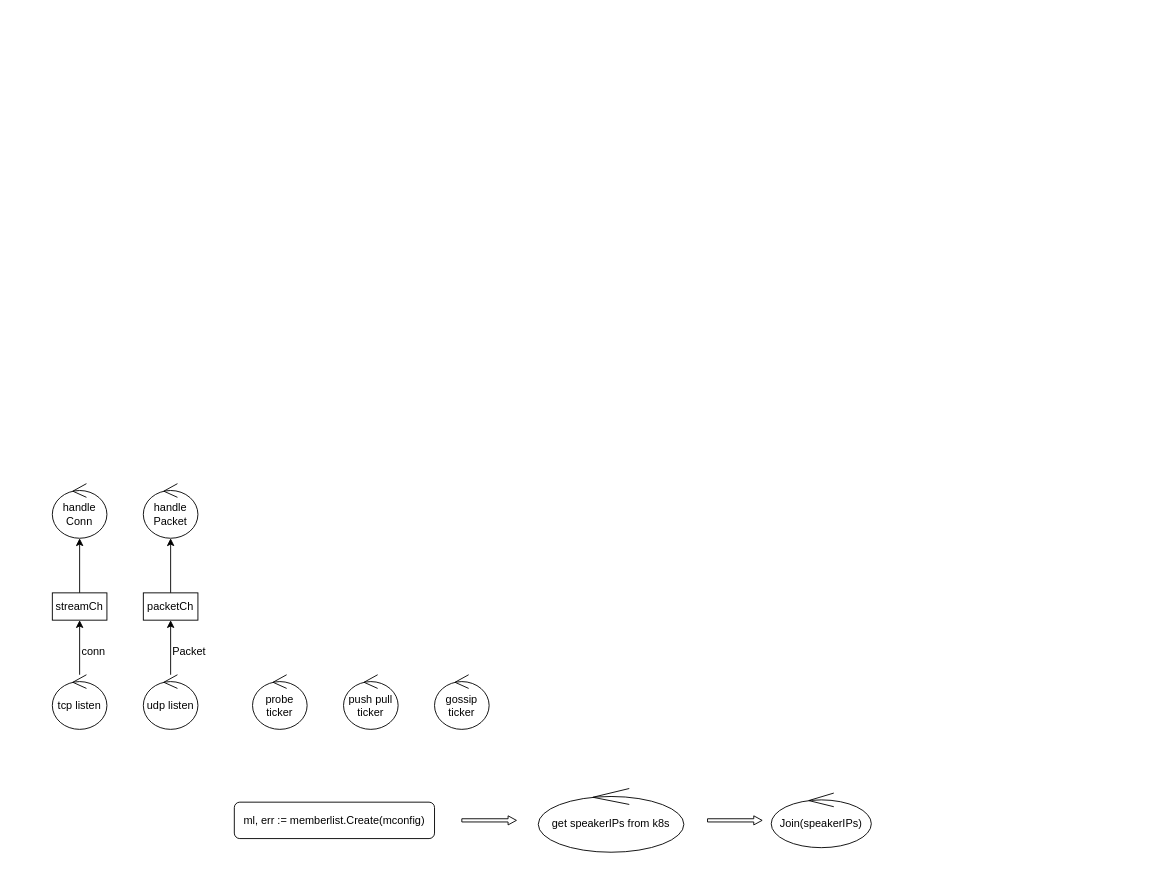
Before: memberlist.drawio in Richard-Joe/draw-io, a draw.io diagram. Source tidied: cells renumbered, new cells numbered last; positions are measured from the earlier drawing's top-left corner, leaving out a move shared by most shapes. Both pictures are drawn from the tidied source at 91%, with x=0, y=0 at pixel (52, 483).
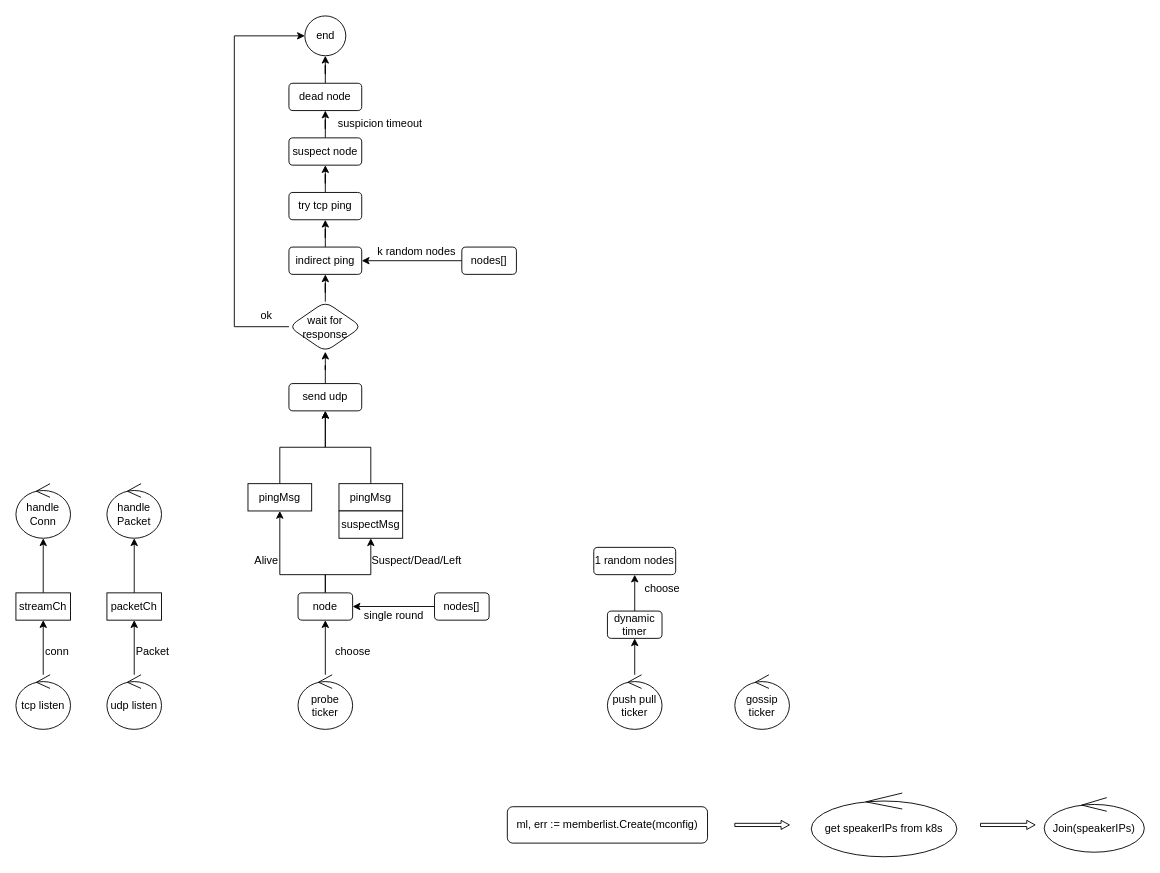
The same page after the edit.

Diff of the diagram source:
```diff
@@
     <mxCell id="2" value="ml, err := memberlist.Create(mconfig)" style="rounded=1;whiteSpace=wrap;html=1;" parent="1" vertex="1">
-      <mxGeometry x="200" y="350" width="220" height="40" as="geometry" />
+      <mxGeometry x="500" y="355" width="220" height="40" as="geometry" />
     </mxCell>
     <mxCell id="3" value="get speakerIPs from k8s" style="ellipse;shape=umlControl;whiteSpace=wrap;html=1;" parent="1" vertex="1">
-      <mxGeometry x="534" y="335" width="160" height="70" as="geometry" />
+      <mxGeometry x="834" y="340" width="160" height="70" as="geometry" />
     </mxCell>
     <mxCell id="4" value="Join(speakerIPs)" style="ellipse;shape=umlControl;whiteSpace=wrap;html=1;" parent="1" vertex="1">
-      <mxGeometry x="790" y="340" width="110" height="60" as="geometry" />
+      <mxGeometry x="1090" y="345" width="110" height="60" as="geometry" />
     </mxCell>
     <mxCell id="5" style="shape=singleArrow;whiteSpace=wrap;html=1;arrowWidth=0.3517241379310292;arrowSize=0.1528735632183886;" parent="1" vertex="1">
-      <mxGeometry x="450" y="365" width="60" height="10" as="geometry" />
+      <mxGeometry x="750" y="370" width="60" height="10" as="geometry" />
     </mxCell>
     <mxCell id="6" style="shape=singleArrow;whiteSpace=wrap;html=1;arrowWidth=0.3517241379310292;arrowSize=0.1528735632183886;" parent="1" vertex="1">
-      <mxGeometry x="720" y="365" width="60" height="10" as="geometry" />
+      <mxGeometry x="1020" y="370" width="60" height="10" as="geometry" />
     </mxCell>
@@
     <mxCell id="8" value="tcp listen" style="ellipse;shape=umlControl;whiteSpace=wrap;html=1;" parent="1" vertex="1">
-      <mxGeometry y="210" width="60" height="60" as="geometry" />
+      <mxGeometry x="-40" y="210" width="60" height="60" as="geometry" />
     </mxCell>
@@
     <mxCell id="10" value="udp listen" style="ellipse;shape=umlControl;whiteSpace=wrap;html=1;" parent="1" vertex="1">
-      <mxGeometry x="100" y="210" width="60" height="60" as="geometry" />
+      <mxGeometry x="60" y="210" width="60" height="60" as="geometry" />
     </mxCell>
@@
     <mxCell id="12" value="streamCh" style="whiteSpace=wrap;html=1;" parent="1" vertex="1">
-      <mxGeometry y="120" width="60" height="30" as="geometry" />
+      <mxGeometry x="-40" y="120" width="60" height="30" as="geometry" />
     </mxCell>
@@
     <mxCell id="14" value="packetCh" style="whiteSpace=wrap;html=1;" parent="1" vertex="1">
-      <mxGeometry x="100" y="120" width="60" height="30" as="geometry" />
+      <mxGeometry x="60" y="120" width="60" height="30" as="geometry" />
     </mxCell>
     <mxCell id="15" value="conn" style="text;html=1;align=center;verticalAlign=middle;strokeColor=none;fillColor=none;" parent="1" vertex="1">
-      <mxGeometry x="20" y="170" width="50" height="30" as="geometry" />
+      <mxGeometry x="-20" y="170" width="50" height="30" as="geometry" />
     </mxCell>
     <mxCell id="16" value="Packet" style="text;html=1;align=center;verticalAlign=middle;strokeColor=none;fillColor=none;" parent="1" vertex="1">
-      <mxGeometry x="120" y="170" width="60" height="30" as="geometry" />
+      <mxGeometry x="80" y="170" width="60" height="30" as="geometry" />
     </mxCell>
     <mxCell id="17" value="handle Packet" style="ellipse;shape=umlControl;whiteSpace=wrap;html=1;" parent="1" vertex="1">
-      <mxGeometry x="100" width="60" height="60" as="geometry" />
+      <mxGeometry x="60" width="60" height="60" as="geometry" />
     </mxCell>
     <mxCell id="18" value="handle Conn" style="ellipse;shape=umlControl;whiteSpace=wrap;html=1;" parent="1" vertex="1">
-      <mxGeometry width="60" height="60" as="geometry" />
+      <mxGeometry x="-40" width="60" height="60" as="geometry" />
     </mxCell>
+    <mxCell id="22" style="edgeStyle=orthogonalEdgeStyle;rounded=0;jettySize=auto;html=1;" parent="1" edge="1" source="19" target="35">
+      <mxGeometry relative="1" as="geometry" />
+    </mxCell>
     <mxCell id="19" value="probe ticker" style="ellipse;shape=umlControl;whiteSpace=wrap;html=1;" parent="1" vertex="1">
-      <mxGeometry x="220" y="210" width="60" height="60" as="geometry" />
+      <mxGeometry x="270" y="210" width="60" height="60" as="geometry" />
     </mxCell>
+    <mxCell id="23" style="edgeStyle=orthogonalEdgeStyle;rounded=0;jettySize=auto;html=1;" parent="1" edge="1" source="20" target="53">
+      <mxGeometry relative="1" as="geometry" />
+    </mxCell>
     <mxCell id="20" value="push pull ticker" style="ellipse;shape=umlControl;whiteSpace=wrap;html=1;" parent="1" vertex="1">
-      <mxGeometry x="320" y="210" width="60" height="60" as="geometry" />
+      <mxGeometry x="610" y="210" width="60" height="60" as="geometry" />
     </mxCell>
     <mxCell id="21" value="gossip&lt;br&gt;ticker" style="ellipse;shape=umlControl;whiteSpace=wrap;html=1;" parent="1" vertex="1">
-      <mxGeometry x="420" y="210" width="60" height="60" as="geometry" />
+      <mxGeometry x="750" y="210" width="60" height="60" as="geometry" />
     </mxCell>
+    <mxCell id="24" style="edgeStyle=orthogonalEdgeStyle;rounded=0;jettySize=auto;html=1;" parent="1" edge="1" source="25" target="30">
+      <mxGeometry relative="1" as="geometry" />
+    </mxCell>
+    <mxCell id="25" value="pingMsg" style="whiteSpace=wrap;html=1;" parent="1" vertex="1">
+      <mxGeometry x="215" width="70" height="30" as="geometry" />
+    </mxCell>
+    <mxCell id="26" style="edgeStyle=orthogonalEdgeStyle;rounded=0;jettySize=auto;html=1;" parent="1" edge="1" source="27" target="30">
+      <mxGeometry relative="1" as="geometry" />
+    </mxCell>
+    <mxCell id="27" value="pingMsg" style="whiteSpace=wrap;html=1;" parent="1" vertex="1">
+      <mxGeometry x="315" width="70" height="30" as="geometry" />
+    </mxCell>
+    <mxCell id="28" value="suspectMsg" style="whiteSpace=wrap;html=1;" parent="1" vertex="1">
+      <mxGeometry x="315" y="30" width="70" height="30" as="geometry" />
+    </mxCell>
+    <mxCell id="29" style="edgeStyle=orthogonalEdgeStyle;rounded=0;jettySize=auto;html=1;" parent="1" edge="1" source="30" target="42">
+      <mxGeometry relative="1" as="geometry" />
+    </mxCell>
+    <mxCell id="30" value="send udp" style="rounded=1;whiteSpace=wrap;html=1;" parent="1" vertex="1">
+      <mxGeometry x="260" y="-110" width="80" height="30" as="geometry" />
+    </mxCell>
+    <mxCell id="31" style="edgeStyle=orthogonalEdgeStyle;rounded=0;jettySize=auto;html=1;" parent="1" edge="1" source="32" target="35">
+      <mxGeometry relative="1" as="geometry" />
+    </mxCell>
+    <mxCell id="32" value="nodes[]" style="rounded=1;whiteSpace=wrap;html=1;" parent="1" vertex="1">
+      <mxGeometry x="420" y="120" width="60" height="30" as="geometry" />
+    </mxCell>
+    <mxCell id="33" style="edgeStyle=orthogonalEdgeStyle;rounded=0;jettySize=auto;html=1;entryX=0.5;entryY=1;entryDx=0;entryDy=0;" parent="1" edge="1" source="35" target="25">
+      <mxGeometry relative="1" as="geometry">
+        <Array as="points">
+          <mxPoint x="300" y="100" />
+          <mxPoint x="250" y="100" />
+        </Array>
+      </mxGeometry>
+    </mxCell>
+    <mxCell id="34" style="edgeStyle=orthogonalEdgeStyle;rounded=0;jettySize=auto;html=1;entryX=0.5;entryY=1;entryDx=0;entryDy=0;" parent="1" edge="1" source="35" target="28">
+      <mxGeometry relative="1" as="geometry">
+        <Array as="points">
+          <mxPoint x="300" y="100" />
+          <mxPoint x="350" y="100" />
+        </Array>
+      </mxGeometry>
+    </mxCell>
+    <mxCell id="35" value="node" style="rounded=1;whiteSpace=wrap;html=1;" parent="1" vertex="1">
+      <mxGeometry x="270" y="120" width="60" height="30" as="geometry" />
+    </mxCell>
+    <mxCell id="36" value="choose" style="text;html=1;align=center;verticalAlign=middle;strokeColor=none;fillColor=none;" parent="1" vertex="1">
+      <mxGeometry x="300" y="170" width="60" height="30" as="geometry" />
+    </mxCell>
+    <mxCell id="37" value="single round" style="text;html=1;align=center;verticalAlign=middle;strokeColor=none;fillColor=none;" parent="1" vertex="1">
+      <mxGeometry x="330" y="130" width="90" height="30" as="geometry" />
+    </mxCell>
+    <mxCell id="38" value="Alive" style="text;html=1;align=center;verticalAlign=middle;strokeColor=none;fillColor=none;" parent="1" vertex="1">
+      <mxGeometry x="210" y="70" width="50" height="30" as="geometry" />
+    </mxCell>
+    <mxCell id="39" value="Suspect/Dead/Left" style="text;html=1;align=center;verticalAlign=middle;strokeColor=none;fillColor=none;" parent="1" vertex="1">
+      <mxGeometry x="340" y="70" width="120" height="30" as="geometry" />
+    </mxCell>
+    <mxCell id="40" style="edgeStyle=orthogonalEdgeStyle;rounded=0;jettySize=auto;html=1;entryX=0;entryY=0.5;entryDx=0;entryDy=0;" parent="1" edge="1" source="42" target="43">
+      <mxGeometry relative="1" as="geometry">
+        <Array as="points">
+          <mxPoint x="200" y="-173" />
+          <mxPoint x="200" y="-492" />
+        </Array>
+      </mxGeometry>
+    </mxCell>
+    <mxCell id="41" style="edgeStyle=orthogonalEdgeStyle;rounded=0;jettySize=auto;html=1;" parent="1" edge="1" source="42" target="55">
+      <mxGeometry relative="1" as="geometry" />
+    </mxCell>
+    <mxCell id="42" value="wait for response" style="rhombus;whiteSpace=wrap;html=1;rounded=1;" parent="1" vertex="1">
+      <mxGeometry x="260" y="-200" width="80" height="55" as="geometry" />
+    </mxCell>
+    <mxCell id="43" value="end" style="ellipse;whiteSpace=wrap;html=1;rounded=1;" parent="1" vertex="1">
+      <mxGeometry x="277.5" y="-514" width="45" height="43.8" as="geometry" />
+    </mxCell>
+    <mxCell id="44" value="ok" style="text;html=1;align=center;verticalAlign=middle;strokeColor=none;fillColor=none;" parent="1" vertex="1">
+      <mxGeometry x="215" y="-200" width="40" height="30" as="geometry" />
+    </mxCell>
+    <mxCell id="45" style="edgeStyle=orthogonalEdgeStyle;rounded=0;jettySize=auto;html=1;" parent="1" edge="1" source="46" target="48">
+      <mxGeometry relative="1" as="geometry" />
+    </mxCell>
+    <mxCell id="46" value="try tcp ping" style="rounded=1;whiteSpace=wrap;html=1;" parent="1" vertex="1">
+      <mxGeometry x="260" y="-320" width="80" height="30" as="geometry" />
+    </mxCell>
+    <mxCell id="47" style="edgeStyle=orthogonalEdgeStyle;rounded=0;jettySize=auto;html=1;" parent="1" edge="1" source="48" target="50">
+      <mxGeometry relative="1" as="geometry" />
+    </mxCell>
+    <mxCell id="48" value="suspect node" style="rounded=1;whiteSpace=wrap;html=1;" parent="1" vertex="1">
+      <mxGeometry x="260" y="-380" width="80" height="30" as="geometry" />
+    </mxCell>
+    <mxCell id="49" style="edgeStyle=orthogonalEdgeStyle;rounded=0;jettySize=auto;html=1;" parent="1" edge="1" source="50" target="43">
+      <mxGeometry relative="1" as="geometry" />
+    </mxCell>
+    <mxCell id="50" value="dead node" style="rounded=1;whiteSpace=wrap;html=1;" parent="1" vertex="1">
+      <mxGeometry x="260" y="-440" width="80" height="30" as="geometry" />
+    </mxCell>
+    <mxCell id="51" value="suspicion timeout" style="text;html=1;align=center;verticalAlign=middle;strokeColor=none;fillColor=none;" parent="1" vertex="1">
+      <mxGeometry x="300" y="-410" width="120" height="30" as="geometry" />
+    </mxCell>
+    <mxCell id="52" style="edgeStyle=orthogonalEdgeStyle;rounded=0;jettySize=auto;html=1;" parent="1" edge="1" source="53" target="59">
+      <mxGeometry relative="1" as="geometry" />
+    </mxCell>
+    <mxCell id="53" value="dynamic timer" style="rounded=1;whiteSpace=wrap;html=1;" parent="1" vertex="1">
+      <mxGeometry x="610" y="140" width="60" height="30" as="geometry" />
+    </mxCell>
+    <mxCell id="54" style="edgeStyle=orthogonalEdgeStyle;rounded=0;jettySize=auto;html=1;" parent="1" edge="1" source="55" target="46">
+      <mxGeometry relative="1" as="geometry" />
+    </mxCell>
+    <mxCell id="55" value="indirect ping" style="rounded=1;whiteSpace=wrap;html=1;" parent="1" vertex="1">
+      <mxGeometry x="260" y="-260" width="80" height="30" as="geometry" />
+    </mxCell>
+    <mxCell id="56" style="edgeStyle=orthogonalEdgeStyle;rounded=0;jettySize=auto;html=1;" parent="1" edge="1" source="57" target="55">
+      <mxGeometry relative="1" as="geometry" />
+    </mxCell>
+    <mxCell id="57" value="nodes[]" style="rounded=1;whiteSpace=wrap;html=1;" parent="1" vertex="1">
+      <mxGeometry x="450" y="-260" width="60" height="30" as="geometry" />
+    </mxCell>
+    <mxCell id="58" value="k random nodes" style="text;html=1;align=center;verticalAlign=middle;strokeColor=none;fillColor=none;" parent="1" vertex="1">
+      <mxGeometry x="345" y="-270" width="110" height="30" as="geometry" />
+    </mxCell>
+    <mxCell id="59" value="1 random nodes" style="rounded=1;whiteSpace=wrap;html=1;" parent="1" vertex="1">
+      <mxGeometry x="595" y="70" width="90" height="30" as="geometry" />
+    </mxCell>
+    <mxCell id="60" value="choose" style="text;html=1;align=center;verticalAlign=middle;strokeColor=none;fillColor=none;" parent="1" vertex="1">
+      <mxGeometry x="640" y="100" width="60" height="30" as="geometry" />
+    </mxCell>
```
